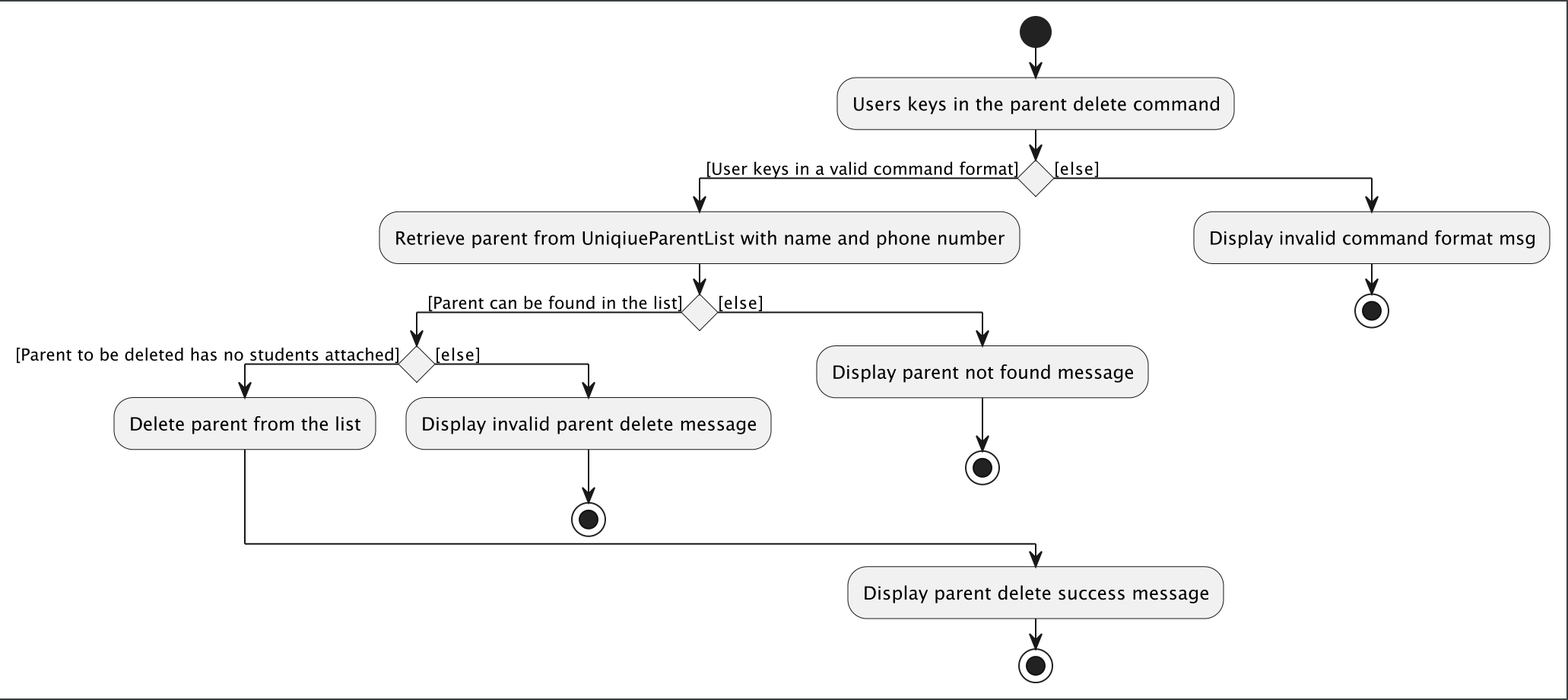
The PlantUML diagram docs/images/ParentDeleteActivityDiagram.png in nus-cs2103-AY2223S2/tp, before a commit. Its source is kept beside it as docs/diagrams/ParentDeleteActivityDiagram.puml. Source of this version:
```plantuml
@startuml
start
:Users keys in the parent delete command;

if () then ([User keys in a valid command format])
:Retrieve parent from UniqiueParentList with name and phone number;
    if () then ([Parent can be found in the list])
        if () then ([Parent to be deleted has no students attached])
            :Delete parent from the list;
            else ([else])
            :Display invalid parent delete message;
            stop
            endif
    else ([else])
    :Display parent not found message;
    stop
    endif
else ([else])
:Display invalid command format msg;
stop
endif
:Display parent delete success message;
stop
@enduml
```
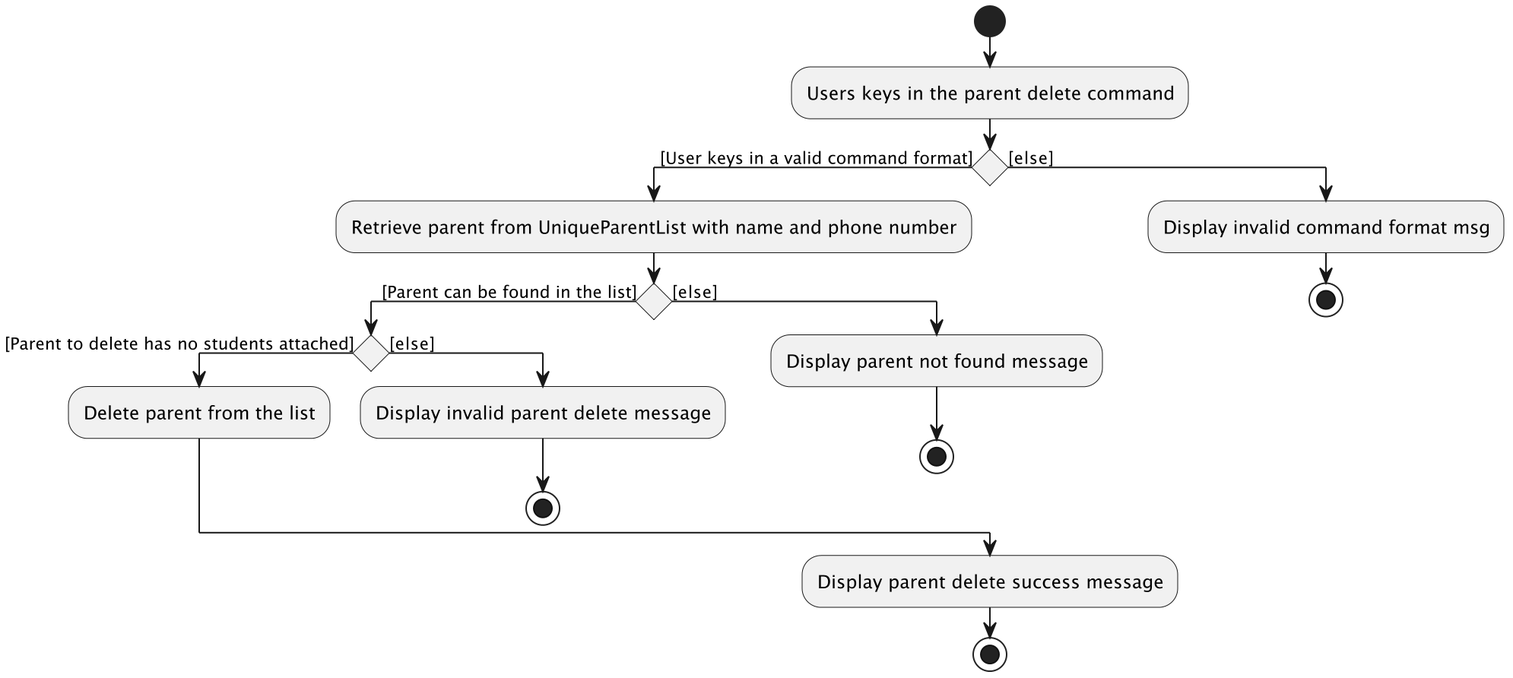
After the change.

What changed in the source:
```diff
@@ -3,20 +3,20 @@
 :Users keys in the parent delete command;
 
 if () then ([User keys in a valid command format])
-:Retrieve parent from UniqiueParentList with name and phone number;
+    :Retrieve parent from UniqueParentList with name and phone number;
     if () then ([Parent can be found in the list])
-        if () then ([Parent to be deleted has no students attached])
+        if () then ([Parent to delete has no students attached])
             :Delete parent from the list;
             else ([else])
-            :Display invalid parent delete message;
+                :Display invalid parent delete message;
             stop
             endif
     else ([else])
-    :Display parent not found message;
+        :Display parent not found message;
     stop
     endif
 else ([else])
-:Display invalid command format msg;
+    :Display invalid command format msg;
 stop
 endif
 :Display parent delete success message;
```
